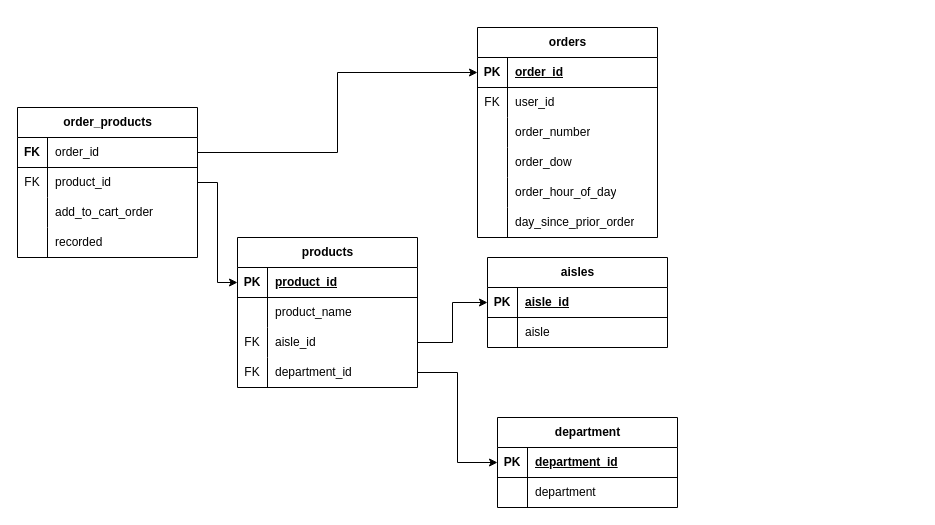
This is Untitled Diagram.drawio from AKA-RONY/E-commerce_Data-Model, a draw.io file, before an edit. Source tidied: cells renumbered, new cells numbered last; positions are measured from the earlier drawing's top-left corner, leaving out a move shared by most shapes. Both pictures are drawn from the tidied source at 100%, with x=0, y=0 at pixel (17, 27).
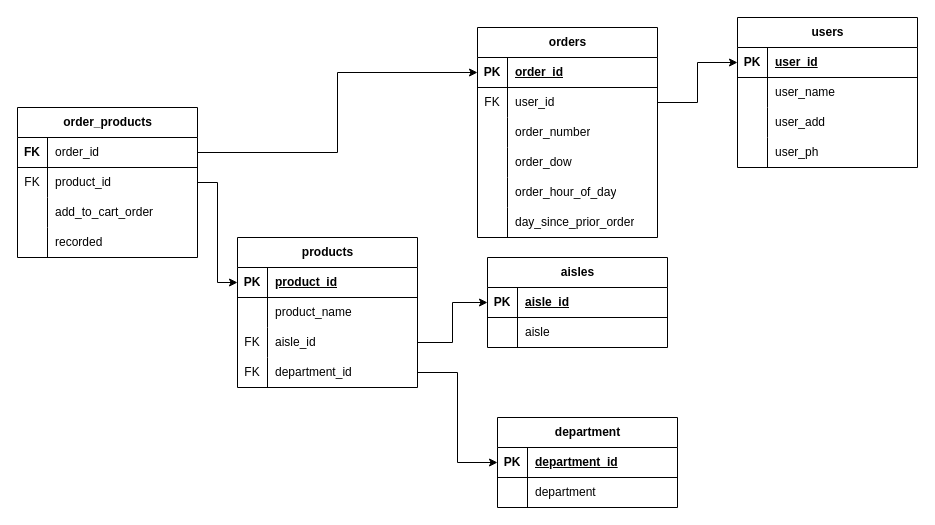
The same diagram, later.

The change refers to these unchanged cells:
```xml
<mxCell id="6" style="shape=tableRow;horizontal=0;startSize=0;swimlaneHead=0;swimlaneBody=0;fillColor=none;points=[[0,0.5],[1,0.5]];portConstraint=eastwest;top=0;left=0;right=0;bottom=0;" parent="2" vertex="1">
  <mxGeometry y="60" width="180" height="30" as="geometry" />
</mxCell>
```

What changed in the source:
```diff
@@
+    <mxCell id="65" value="users" style="shape=table;startSize=30;childLayout=tableLayout;rowLines=0;fontStyle=1;align=center;html=1;" parent="1" vertex="1">
+      <mxGeometry x="720" y="-10" width="180" height="150" as="geometry" />
+    </mxCell>
+    <mxCell id="66" style="shape=tableRow;horizontal=0;startSize=0;swimlaneHead=0;swimlaneBody=0;fillColor=none;points=[[0,0.5],[1,0.5]];portConstraint=eastwest;top=0;left=0;right=0;bottom=1;" parent="65" vertex="1">
+      <mxGeometry y="30" width="180" height="30" as="geometry" />
+    </mxCell>
+    <mxCell id="67" value="PK" style="shape=partialRectangle;fillColor=none;top=0;left=0;bottom=0;right=0;fontStyle=1;overflow=hidden;whiteSpace=wrap;html=1;" parent="66" vertex="1">
+      <mxGeometry width="30" height="30" as="geometry" />
+    </mxCell>
+    <mxCell id="68" value="user_id" style="shape=partialRectangle;fillColor=none;top=0;left=0;bottom=0;right=0;align=left;spacingLeft=6;fontStyle=5;overflow=hidden;whiteSpace=wrap;html=1;" parent="66" vertex="1">
+      <mxGeometry x="30" width="150" height="30" as="geometry" />
+    </mxCell>
+    <mxCell id="69" style="shape=tableRow;horizontal=0;startSize=0;swimlaneHead=0;swimlaneBody=0;fillColor=none;top=0;left=0;right=0;bottom=0;" parent="65" vertex="1">
+      <mxGeometry y="60" width="180" height="30" as="geometry" />
+    </mxCell>
+    <mxCell id="70" style="shape=partialRectangle;fillColor=none;top=0;left=0;bottom=0;right=0;overflow=hidden;whiteSpace=wrap;html=1;" parent="69" vertex="1">
+      <mxGeometry width="30" height="30" as="geometry" />
+    </mxCell>
+    <mxCell id="71" value="user_name" style="shape=partialRectangle;fillColor=none;top=0;left=0;bottom=0;right=0;align=left;spacingLeft=6;overflow=hidden;whiteSpace=wrap;html=1;" parent="69" vertex="1">
+      <mxGeometry x="30" width="150" height="30" as="geometry" />
+    </mxCell>
+    <mxCell id="72" style="shape=tableRow;horizontal=0;startSize=0;swimlaneHead=0;swimlaneBody=0;fillColor=none;top=0;left=0;right=0;bottom=0;" parent="65" vertex="1">
+      <mxGeometry y="90" width="180" height="30" as="geometry" />
+    </mxCell>
+    <mxCell id="73" style="shape=partialRectangle;fillColor=none;top=0;left=0;bottom=0;right=0;overflow=hidden;whiteSpace=wrap;html=1;" parent="72" vertex="1">
+      <mxGeometry width="30" height="30" as="geometry" />
+    </mxCell>
+    <mxCell id="74" value="user_add" style="shape=partialRectangle;fillColor=none;top=0;left=0;bottom=0;right=0;align=left;spacingLeft=6;overflow=hidden;whiteSpace=wrap;html=1;" parent="72" vertex="1">
+      <mxGeometry x="30" width="150" height="30" as="geometry" />
+    </mxCell>
+    <mxCell id="75" style="shape=tableRow;horizontal=0;startSize=0;swimlaneHead=0;swimlaneBody=0;fillColor=none;top=0;left=0;right=0;bottom=0;" parent="65" vertex="1">
+      <mxGeometry y="120" width="180" height="30" as="geometry" />
+    </mxCell>
+    <mxCell id="76" style="shape=partialRectangle;fillColor=none;top=0;left=0;bottom=0;right=0;overflow=hidden;whiteSpace=wrap;html=1;" parent="75" vertex="1">
+      <mxGeometry width="30" height="30" as="geometry" />
+    </mxCell>
+    <mxCell id="77" value="user_ph" style="shape=partialRectangle;fillColor=none;top=0;left=0;bottom=0;right=0;align=left;spacingLeft=6;overflow=hidden;whiteSpace=wrap;html=1;" parent="75" vertex="1">
+      <mxGeometry x="30" width="150" height="30" as="geometry" />
+    </mxCell>
+    <mxCell id="78" style="edgeStyle=orthogonalEdgeStyle;rounded=0;jettySize=auto;html=1;entryX=0;entryY=0.5;entryDx=0;entryDy=0;" parent="1" edge="1" source="6" target="66">
+      <mxGeometry relative="1" as="geometry" />
+    </mxCell>
```
